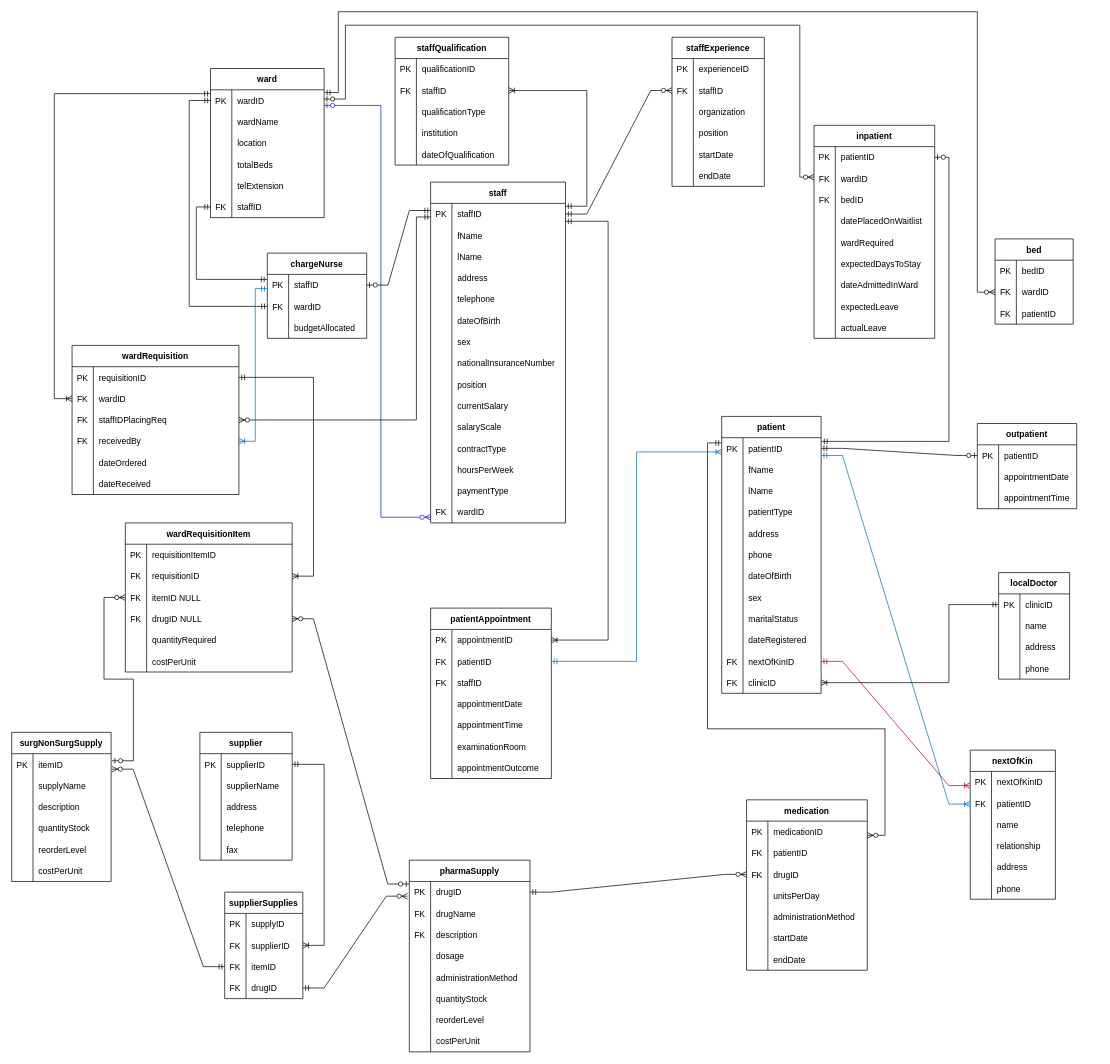
The draw.io diagram page "ERD" (3 of 3) of meadows.drawio in reynchick/meadows, before the edit. Source tidied: cells renumbered, new cells numbered last; positions are measured from the earlier drawing's top-left corner, leaving out a move shared by most shapes. Both pictures are drawn from the tidied source at 71%, with x=0, y=0 at pixel (-13, 11).
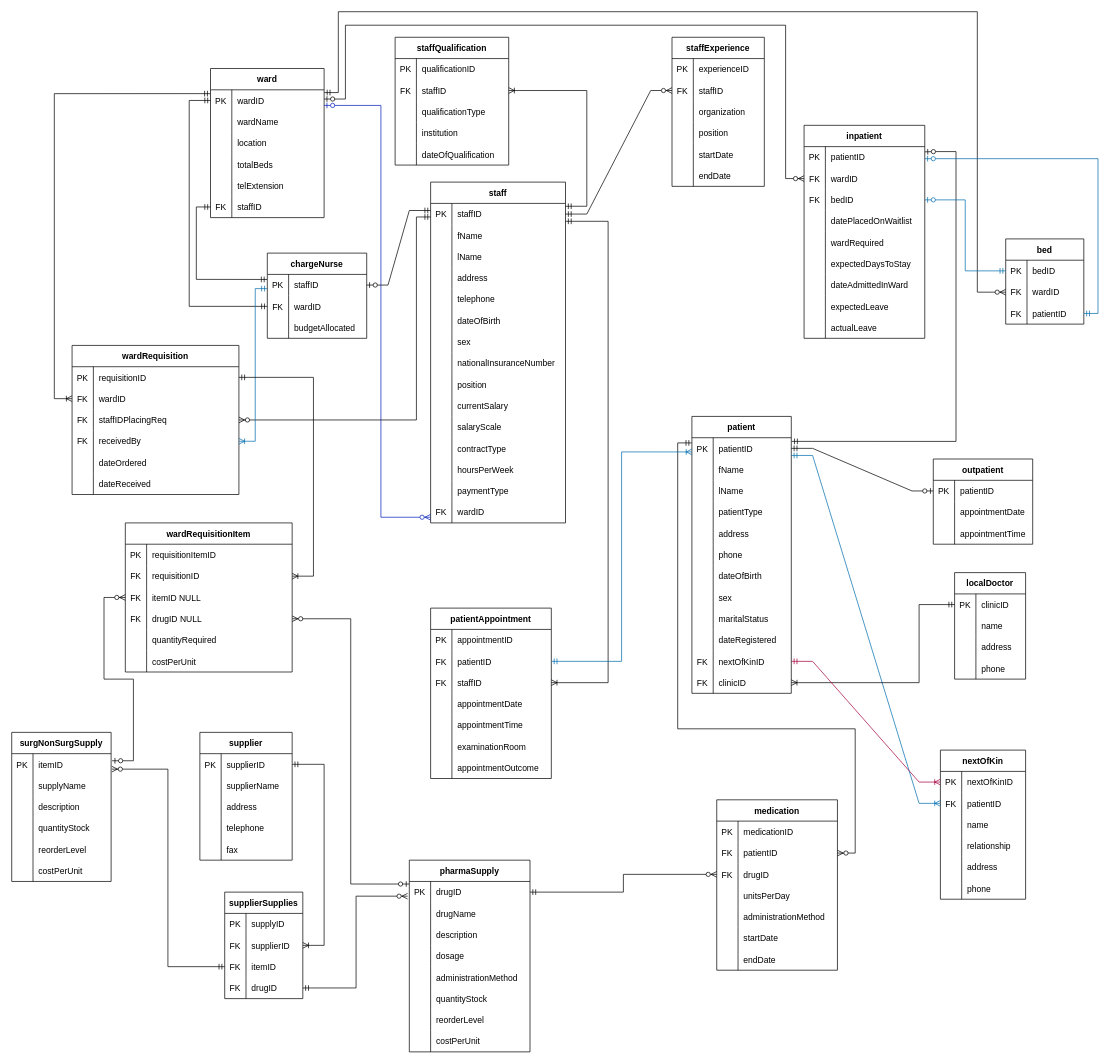
The same diagram, later.

The change refers to these unchanged cells:
```xml
<mxCell id="22" style="shape=tableRow;horizontal=0;startSize=0;swimlaneHead=0;swimlaneBody=0;fillColor=none;points=[[0,0.5],[1,0.5]];portConstraint=eastwest;strokeColor=inherit;top=0;left=0;right=0;bottom=0;" parent="21" vertex="1">
  <mxGeometry y="30" width="190" height="30" as="geometry" />
</mxCell>
<mxCell id="113" style="shape=tableRow;horizontal=0;startSize=0;swimlaneHead=0;swimlaneBody=0;fillColor=none;points=[[0,0.5],[1,0.5]];portConstraint=eastwest;strokeColor=inherit;top=0;left=0;right=0;bottom=0;" parent="112" vertex="1">
  <mxGeometry y="30" width="140" height="30" as="geometry" />
</mxCell>
<mxCell id="143" style="shape=tableRow;horizontal=0;startSize=0;swimlaneHead=0;swimlaneBody=0;fillColor=none;points=[[0,0.5],[1,0.5]];portConstraint=eastwest;strokeColor=inherit;top=0;left=0;right=0;bottom=0;" parent="112" vertex="1">
  <mxGeometry y="330" width="140" height="30" as="geometry" />
</mxCell>
<mxCell id="146" style="shape=tableRow;horizontal=0;startSize=0;swimlaneHead=0;swimlaneBody=0;fillColor=none;points=[[0,0.5],[1,0.5]];portConstraint=eastwest;strokeColor=inherit;top=0;left=0;right=0;bottom=0;" parent="112" vertex="1">
  <mxGeometry y="360" width="140" height="30" as="geometry" />
</mxCell>
<mxCell id="150" style="shape=tableRow;horizontal=0;startSize=0;swimlaneHead=0;swimlaneBody=0;fillColor=none;points=[[0,0.5],[1,0.5]];portConstraint=eastwest;strokeColor=inherit;top=0;left=0;right=0;bottom=0;" parent="149" vertex="1">
  <mxGeometry y="30" width="120" height="30" as="geometry" />
</mxCell>
<mxCell id="153" style="shape=tableRow;horizontal=0;startSize=0;swimlaneHead=0;swimlaneBody=0;fillColor=none;points=[[0,0.5],[1,0.5]];portConstraint=eastwest;strokeColor=inherit;top=0;left=0;right=0;bottom=0;" parent="149" vertex="1">
  <mxGeometry y="60" width="120" height="30" as="geometry" />
</mxCell>
<mxCell id="169" style="shape=tableRow;horizontal=0;startSize=0;swimlaneHead=0;swimlaneBody=0;fillColor=none;points=[[0,0.5],[1,0.5]];portConstraint=eastwest;strokeColor=inherit;top=0;left=0;right=0;bottom=0;" parent="168" vertex="1">
  <mxGeometry y="30" width="100" height="30" as="geometry" />
</mxCell>
<mxCell id="182" style="shape=tableRow;horizontal=0;startSize=0;swimlaneHead=0;swimlaneBody=0;fillColor=none;points=[[0,0.5],[1,0.5]];portConstraint=eastwest;strokeColor=inherit;top=0;left=0;right=0;bottom=0;" parent="181" vertex="1">
  <mxGeometry y="30" width="170" height="30" as="geometry" />
</mxCell>
<mxCell id="188" style="shape=tableRow;horizontal=0;startSize=0;swimlaneHead=0;swimlaneBody=0;fillColor=none;points=[[0,0.5],[1,0.5]];portConstraint=eastwest;strokeColor=inherit;top=0;left=0;right=0;bottom=0;" parent="181" vertex="1">
  <mxGeometry y="90" width="170" height="30" as="geometry" />
</mxCell>
<mxCell id="204" style="shape=tableRow;horizontal=0;startSize=0;swimlaneHead=0;swimlaneBody=0;fillColor=none;points=[[0,0.5],[1,0.5]];portConstraint=eastwest;strokeColor=inherit;top=0;left=0;right=0;bottom=0;" parent="203" vertex="1">
  <mxGeometry y="30" width="170" height="30" as="geometry" />
</mxCell>
<mxCell id="207" style="shape=tableRow;horizontal=0;startSize=0;swimlaneHead=0;swimlaneBody=0;fillColor=none;points=[[0,0.5],[1,0.5]];portConstraint=eastwest;strokeColor=inherit;top=0;left=0;right=0;bottom=0;" parent="203" vertex="1">
  <mxGeometry y="60" width="170" height="30" as="geometry" />
</mxCell>
<mxCell id="210" style="shape=tableRow;horizontal=0;startSize=0;swimlaneHead=0;swimlaneBody=0;fillColor=none;points=[[0,0.5],[1,0.5]];portConstraint=eastwest;strokeColor=inherit;top=0;left=0;right=0;bottom=0;" parent="203" vertex="1">
  <mxGeometry y="90" width="170" height="30" as="geometry" />
</mxCell>
<mxCell id="232" style="shape=tableRow;horizontal=0;startSize=0;swimlaneHead=0;swimlaneBody=0;fillColor=none;points=[[0,0.5],[1,0.5]];portConstraint=eastwest;strokeColor=inherit;top=0;left=0;right=0;bottom=0;" parent="231" vertex="1">
  <mxGeometry y="30" width="110" height="30" as="geometry" />
</mxCell>
<mxCell id="238" style="shape=tableRow;horizontal=0;startSize=0;swimlaneHead=0;swimlaneBody=0;fillColor=none;points=[[0,0.5],[1,0.5]];portConstraint=eastwest;strokeColor=inherit;top=0;left=0;right=0;bottom=0;" parent="231" vertex="1">
  <mxGeometry y="90" width="110" height="30" as="geometry" />
</mxCell>
<mxCell id="242" style="shape=tableRow;horizontal=0;startSize=0;swimlaneHead=0;swimlaneBody=0;fillColor=none;points=[[0,0.5],[1,0.5]];portConstraint=eastwest;strokeColor=inherit;top=0;left=0;right=0;bottom=0;" parent="241" vertex="1">
  <mxGeometry y="30" width="170" height="30" as="geometry" />
</mxCell>
<mxCell id="245" style="shape=tableRow;horizontal=0;startSize=0;swimlaneHead=0;swimlaneBody=0;fillColor=none;points=[[0,0.5],[1,0.5]];portConstraint=eastwest;strokeColor=inherit;top=0;left=0;right=0;bottom=0;" parent="241" vertex="1">
  <mxGeometry y="60" width="170" height="30" as="geometry" />
</mxCell>
<mxCell id="248" style="shape=tableRow;horizontal=0;startSize=0;swimlaneHead=0;swimlaneBody=0;fillColor=none;points=[[0,0.5],[1,0.5]];portConstraint=eastwest;strokeColor=inherit;top=0;left=0;right=0;bottom=0;" parent="241" vertex="1">
  <mxGeometry y="90" width="170" height="30" as="geometry" />
</mxCell>
<mxCell id="286" style="shape=tableRow;horizontal=0;startSize=0;swimlaneHead=0;swimlaneBody=0;fillColor=none;points=[[0,0.5],[1,0.5]];portConstraint=eastwest;strokeColor=inherit;top=0;left=0;right=0;bottom=0;" parent="279" vertex="1">
  <mxGeometry y="90" width="110" height="30" as="geometry" />
</mxCell>
<mxCell id="289" style="shape=tableRow;horizontal=0;startSize=0;swimlaneHead=0;swimlaneBody=0;fillColor=none;points=[[0,0.5],[1,0.5]];portConstraint=eastwest;strokeColor=inherit;top=0;left=0;right=0;bottom=0;" parent="279" vertex="1">
  <mxGeometry y="120" width="110" height="30" as="geometry" />
</mxCell>
<mxCell id="305" style="shape=tableRow;horizontal=0;startSize=0;swimlaneHead=0;swimlaneBody=0;fillColor=none;points=[[0,0.5],[1,0.5]];portConstraint=eastwest;strokeColor=inherit;top=0;left=0;right=0;bottom=0;" parent="304" vertex="1">
  <mxGeometry y="30" width="140" height="30" as="geometry" />
</mxCell>
<mxCell id="325" style="shape=tableRow;horizontal=0;startSize=0;swimlaneHead=0;swimlaneBody=0;fillColor=none;points=[[0,0.5],[1,0.5]];portConstraint=eastwest;strokeColor=inherit;top=0;left=0;right=0;bottom=0;" parent="324" vertex="1">
  <mxGeometry y="30" width="170" height="30" as="geometry" />
</mxCell>
<mxCell id="328" style="shape=tableRow;horizontal=0;startSize=0;swimlaneHead=0;swimlaneBody=0;fillColor=none;strokeColor=inherit;top=0;left=0;right=0;bottom=0;" parent="324" vertex="1">
  <mxGeometry y="60" width="170" height="30" as="geometry" />
</mxCell>
<mxCell id="331" style="shape=tableRow;horizontal=0;startSize=0;swimlaneHead=0;swimlaneBody=0;fillColor=none;strokeColor=inherit;top=0;left=0;right=0;bottom=0;" parent="324" vertex="1">
  <mxGeometry y="90" width="170" height="30" as="geometry" />
</mxCell>
<mxCell id="379" style="shape=tableRow;horizontal=0;startSize=0;swimlaneHead=0;swimlaneBody=0;fillColor=none;points=[[0,0.5],[1,0.5]];portConstraint=eastwest;strokeColor=inherit;top=0;left=0;right=0;bottom=0;" parent="369" vertex="1">
  <mxGeometry y="120" width="235" height="30" as="geometry" />
</mxCell>
```

Diff of the diagram source:
```diff
@@
     <mxCell id="112" value="patient" style="shape=table;startSize=30;childLayout=tableLayout;rowLines=0;fontStyle=1;align=center;" parent="1" vertex="1">
-      <mxGeometry x="1035" y="570" width="140" height="390" as="geometry" />
+      <mxGeometry x="993" y="570" width="140" height="390" as="geometry" />
     </mxCell>
@@
     <mxCell id="149" value="nextOfKin" style="shape=table;startSize=30;childLayout=tableLayout;rowLines=0;fontStyle=1;align=center;" parent="1" vertex="1">
-      <mxGeometry x="1385" y="1040" width="120" height="210" as="geometry" />
+      <mxGeometry x="1343" y="1040" width="120" height="210" as="geometry" />
     </mxCell>
@@
     <mxCell id="168" value="localDoctor" style="shape=table;startSize=30;childLayout=tableLayout;rowLines=0;fontStyle=1;align=center;" parent="1" vertex="1">
-      <mxGeometry x="1425" y="790" width="100" height="150" as="geometry" />
+      <mxGeometry x="1363" y="790" width="100" height="150" as="geometry" />
     </mxCell>
@@
     <mxCell id="203" value="inpatient" style="shape=table;startSize=30;childLayout=tableLayout;rowLines=0;fontStyle=1;align=center;" parent="1" vertex="1">
-      <mxGeometry x="1165" y="160" width="170" height="300" as="geometry" />
+      <mxGeometry x="1151" y="160" width="170" height="300" as="geometry" />
     </mxCell>
@@
     <mxCell id="231" value="bed" style="shape=table;startSize=30;childLayout=tableLayout;rowLines=0;fontStyle=1;align=center;" parent="1" vertex="1">
-      <mxGeometry x="1420" y="320" width="110" height="120" as="geometry" />
+      <mxGeometry x="1435" y="320" width="110" height="120" as="geometry" />
     </mxCell>
@@
     <mxCell id="241" value="medication" style="shape=table;startSize=30;childLayout=tableLayout;rowLines=0;fontStyle=1;align=center;" parent="1" vertex="1">
-      <mxGeometry x="1070" y="1110" width="170" height="240" as="geometry" />
+      <mxGeometry x="1028" y="1110" width="170" height="240" as="geometry" />
     </mxCell>
@@
     <mxCell id="292" value="outpatient" style="shape=table;startSize=30;childLayout=tableLayout;rowLines=0;fontStyle=1;align=center;" parent="1" vertex="1">
-      <mxGeometry x="1395" y="580" width="140" height="120" as="geometry" />
+      <mxGeometry x="1333" y="630" width="140" height="120" as="geometry" />
     </mxCell>
@@
-    <mxCell id="329" value="FK" style="shape=partialRectangle;overflow=hidden;fillColor=none;strokeColor=inherit;top=0;left=0;bottom=0;right=0;" parent="328" vertex="1">
+    <mxCell id="329" style="shape=partialRectangle;overflow=hidden;fillColor=none;strokeColor=inherit;top=0;left=0;bottom=0;right=0;" parent="328" vertex="1">
       <mxGeometry width="30" height="30" as="geometry" />
     </mxCell>
@@
-    <mxCell id="332" value="FK" style="shape=partialRectangle;overflow=hidden;fillColor=none;strokeColor=inherit;top=0;left=0;bottom=0;right=0;" parent="331" vertex="1">
+    <mxCell id="332" style="shape=partialRectangle;overflow=hidden;fillColor=none;strokeColor=inherit;top=0;left=0;bottom=0;right=0;" parent="331" vertex="1">
       <mxGeometry width="30" height="30" as="geometry" />
     </mxCell>
@@
-    <mxCell id="388" style="edgeStyle=orthogonalEdgeStyle;fontSize=12;html=1;endArrow=ERoneToMany;startArrow=ERmandOne;rounded=0;exitX=1;exitY=0.84;exitDx=0;exitDy=0;exitPerimeter=0;entryX=1;entryY=0.5;entryDx=0;entryDy=0;" parent="1" edge="1" source="22" target="182">
+    <mxCell id="388" style="edgeStyle=orthogonalEdgeStyle;fontSize=12;html=1;endArrow=ERoneToMany;startArrow=ERmandOne;rounded=0;exitX=1;exitY=0.84;exitDx=0;exitDy=0;exitPerimeter=0;entryX=1;entryY=0.5;entryDx=0;entryDy=0;" parent="1" edge="1" source="22" target="188">
       <mxGeometry relative="1" as="geometry">
         <Array as="points">
           <mxPoint x="875" y="295" />
-          <mxPoint x="875" y="885" />
+          <mxPoint x="875" y="945" />
         </Array>
       </mxGeometry>
     </mxCell>
@@
-    <mxCell id="392" style="edgeStyle=entityRelationEdgeStyle;fontSize=12;html=1;endArrow=ERzeroToMany;startArrow=ERmandOne;rounded=0;entryX=1.007;entryY=0.727;entryDx=0;entryDy=0;entryPerimeter=0;" parent="1" edge="1" source="286" target="305">
+    <mxCell id="392" style="edgeStyle=orthogonalEdgeStyle;fontSize=12;html=1;endArrow=ERzeroToMany;startArrow=ERmandOne;rounded=0;entryX=1.007;entryY=0.727;entryDx=0;entryDy=0;entryPerimeter=0;" parent="1" edge="1" source="286" target="305">
       <mxGeometry relative="1" as="geometry" />
     </mxCell>
@@
-    <mxCell id="394" style="edgeStyle=entityRelationEdgeStyle;fontSize=12;html=1;endArrow=ERzeroToMany;startArrow=ERmandOne;rounded=0;entryX=-0.014;entryY=0.691;entryDx=0;entryDy=0;entryPerimeter=0;" parent="1" edge="1" source="289" target="325">
+    <mxCell id="394" style="edgeStyle=orthogonalEdgeStyle;fontSize=12;html=1;endArrow=ERzeroToMany;startArrow=ERmandOne;rounded=0;entryX=-0.014;entryY=0.691;entryDx=0;entryDy=0;entryPerimeter=0;" parent="1" edge="1" source="289" target="325">
       <mxGeometry relative="1" as="geometry" />
     </mxCell>
-    <mxCell id="395" style="edgeStyle=orthogonalEdgeStyle;fontSize=12;html=1;endArrow=ERzeroToMany;startArrow=ERzeroToOne;rounded=0;entryX=0;entryY=0.5;entryDx=0;entryDy=0;exitX=1;exitY=0.5;exitDx=0;exitDy=0;" parent="1" edge="1">
+    <mxCell id="395" style="edgeStyle=orthogonalEdgeStyle;fontSize=12;html=1;endArrow=ERzeroToMany;startArrow=ERzeroToOne;rounded=0;exitX=1;exitY=0.5;exitDx=0;exitDy=0;entryX=0;entryY=0.5;entryDx=0;entryDy=0;" parent="1" edge="1" target="207">
       <mxGeometry relative="1" as="geometry">
         <mxPoint x="475" y="123" as="sourcePoint" />
-        <mxPoint x="1165" y="233" as="targetPoint" />
         <Array as="points">
           <mxPoint x="505" y="123" />
           <mxPoint x="505" y="19" />
-          <mxPoint x="1145" y="19" />
-          <mxPoint x="1145" y="233" />
+          <mxPoint x="1125" y="19" />
+          <mxPoint x="1125" y="235" />
         </Array>
       </mxGeometry>
     </mxCell>
@@
-    <mxCell id="401" style="edgeStyle=entityRelationEdgeStyle;fontSize=12;html=1;endArrow=ERzeroToMany;startArrow=ERzeroToOne;rounded=0;entryX=1;entryY=0.5;entryDx=0;entryDy=0;exitX=-0.002;exitY=0.121;exitDx=0;exitDy=0;exitPerimeter=0;" parent="1" edge="1" source="325" target="379">
-      <mxGeometry relative="1" as="geometry">
-        <Array as="points">
-          <mxPoint x="505" y="1120" />
-        </Array>
-      </mxGeometry>
+    <mxCell id="401" style="edgeStyle=orthogonalEdgeStyle;fontSize=12;html=1;endArrow=ERzeroToMany;startArrow=ERzeroToOne;rounded=0;entryX=1;entryY=0.5;entryDx=0;entryDy=0;exitX=-0.002;exitY=0.121;exitDx=0;exitDy=0;exitPerimeter=0;" parent="1" edge="1" source="325" target="379">
+      <mxGeometry relative="1" as="geometry" />
     </mxCell>
-    <mxCell id="402" style="edgeStyle=entityRelationEdgeStyle;fontSize=12;html=1;endArrow=ERzeroToMany;startArrow=ERmandOne;rounded=0;entryX=0;entryY=0.5;entryDx=0;entryDy=0;" parent="1" edge="1" source="325" target="248">
-      <mxGeometry relative="1" as="geometry">
-        <Array as="points">
-          <mxPoint x="1275" y="1270" />
-          <mxPoint x="875" y="1510" />
-        </Array>
-      </mxGeometry>
+    <mxCell id="402" style="edgeStyle=orthogonalEdgeStyle;fontSize=12;html=1;endArrow=ERzeroToMany;startArrow=ERmandOne;rounded=0;entryX=0;entryY=0.5;entryDx=0;entryDy=0;" parent="1" edge="1" source="325" target="248">
+      <mxGeometry relative="1" as="geometry" />
     </mxCell>
-    <mxCell id="403" style="edgeStyle=orthogonalEdgeStyle;fontSize=12;html=1;endArrow=ERzeroToMany;startArrow=ERmandOne;rounded=0;exitX=-0.002;exitY=0.243;exitDx=0;exitDy=0;exitPerimeter=0;" parent="1" edge="1" source="113" target="242">
+    <mxCell id="403" style="edgeStyle=orthogonalEdgeStyle;fontSize=12;html=1;endArrow=ERzeroToMany;startArrow=ERmandOne;rounded=0;exitX=-0.002;exitY=0.243;exitDx=0;exitDy=0;exitPerimeter=0;entryX=1;entryY=0.5;entryDx=0;entryDy=0;" parent="1" edge="1" source="113" target="245">
       <mxGeometry relative="1" as="geometry">
         <Array as="points">
-          <mxPoint x="1015" y="607" />
-          <mxPoint x="1015" y="1010" />
-          <mxPoint x="1265" y="1010" />
-          <mxPoint x="1265" y="1160" />
+          <mxPoint x="973" y="607" />
+          <mxPoint x="973" y="1010" />
+          <mxPoint x="1223" y="1010" />
+          <mxPoint x="1223" y="1185" />
         </Array>
       </mxGeometry>
     </mxCell>
-    <mxCell id="404" style="edgeStyle=entityRelationEdgeStyle;fontSize=12;html=1;endArrow=ERoneToMany;startArrow=ERmandOne;rounded=0;entryX=0;entryY=0.5;entryDx=0;entryDy=0;fillColor=#1ba1e2;strokeColor=#006EAF;" parent="1" edge="1">
+    <mxCell id="404" style="edgeStyle=entityRelationEdgeStyle;fontSize=12;html=1;endArrow=ERoneToMany;startArrow=ERmandOne;rounded=0;entryX=0;entryY=0.5;entryDx=0;entryDy=0;fillColor=#1ba1e2;strokeColor=#006EAF;" parent="1" edge="1" target="153">
       <mxGeometry relative="1" as="geometry">
-        <mxPoint x="1175" y="625" as="sourcePoint" />
-        <mxPoint x="1385" y="1116" as="targetPoint" />
+        <mxPoint x="1133" y="625" as="sourcePoint" />
       </mxGeometry>
     </mxCell>
     <mxCell id="405" style="edgeStyle=orthogonalEdgeStyle;fontSize=12;html=1;endArrow=ERoneToMany;startArrow=ERmandOne;rounded=0;exitX=0;exitY=0.5;exitDx=0;exitDy=0;entryX=1;entryY=0.5;entryDx=0;entryDy=0;" parent="1" edge="1" source="169" target="146">
       <mxGeometry relative="1" as="geometry">
         <Array as="points">
-          <mxPoint x="1355" y="835" />
-          <mxPoint x="1355" y="945" />
+          <mxPoint x="1313" y="835" />
+          <mxPoint x="1313" y="945" />
         </Array>
       </mxGeometry>
     </mxCell>
@@
-    <mxCell id="407" style="edgeStyle=orthogonalEdgeStyle;fontSize=12;html=1;endArrow=ERzeroToOne;startArrow=ERmandOne;rounded=0;entryX=1;entryY=0.5;entryDx=0;entryDy=0;exitX=1.004;exitY=0.172;exitDx=0;exitDy=0;exitPerimeter=0;" parent="1" edge="1" source="113" target="204">
+    <mxCell id="407" style="edgeStyle=orthogonalEdgeStyle;fontSize=12;html=1;endArrow=ERzeroToOne;startArrow=ERmandOne;rounded=0;entryX=1.001;entryY=0.245;entryDx=0;entryDy=0;exitX=1.004;exitY=0.172;exitDx=0;exitDy=0;exitPerimeter=0;entryPerimeter=0;" parent="1" edge="1" source="113" target="204">
       <mxGeometry relative="1" as="geometry">
         <Array as="points">
-          <mxPoint x="1355" y="605" />
-          <mxPoint x="1355" y="205" />
+          <mxPoint x="1365" y="605" />
+          <mxPoint x="1365" y="197" />
+          <mxPoint x="1335" y="197" />
         </Array>
       </mxGeometry>
     </mxCell>
@@
-    <mxCell id="409" style="edgeStyle=entityRelationEdgeStyle;fontSize=12;html=1;endArrow=ERoneToMany;startArrow=ERmandOne;rounded=0;entryX=0;entryY=0.667;entryDx=0;entryDy=0;fillColor=#d80073;strokeColor=light-dark(#A50040,#B5739D);exitX=1;exitY=0.5;exitDx=0;exitDy=0;entryPerimeter=0;" parent="1" edge="1" source="143" target="150">
+    <mxCell id="409" style="edgeStyle=entityRelationEdgeStyle;fontSize=12;html=1;endArrow=ERoneToMany;startArrow=ERmandOne;rounded=0;entryX=0;entryY=0.5;entryDx=0;entryDy=0;fillColor=#d80073;strokeColor=light-dark(#A50040,#B5739D);exitX=1;exitY=0.5;exitDx=0;exitDy=0;" parent="1" edge="1" source="143" target="150">
       <mxGeometry relative="1" as="geometry" />
     </mxCell>
+    <mxCell id="410" style="edgeStyle=orthogonalEdgeStyle;fontSize=12;html=1;endArrow=ERzeroToOne;startArrow=ERmandOne;rounded=0;exitX=0;exitY=0.5;exitDx=0;exitDy=0;entryX=1;entryY=0.5;entryDx=0;entryDy=0;fillColor=#1ba1e2;strokeColor=#006EAF;" parent="1" edge="1" source="232" target="210">
+      <mxGeometry relative="1" as="geometry" />
+    </mxCell>
+    <mxCell id="411" style="edgeStyle=orthogonalEdgeStyle;fontSize=12;html=1;endArrow=ERzeroToOne;startArrow=ERmandOne;rounded=0;exitX=1;exitY=0.5;exitDx=0;exitDy=0;fillColor=#1ba1e2;strokeColor=#006EAF;" parent="1" edge="1" source="238">
+      <mxGeometry relative="1" as="geometry">
+        <mxPoint x="1321" y="207" as="targetPoint" />
+        <Array as="points">
+          <mxPoint x="1565" y="425" />
+          <mxPoint x="1565" y="207" />
+        </Array>
+      </mxGeometry>
+    </mxCell>
```
